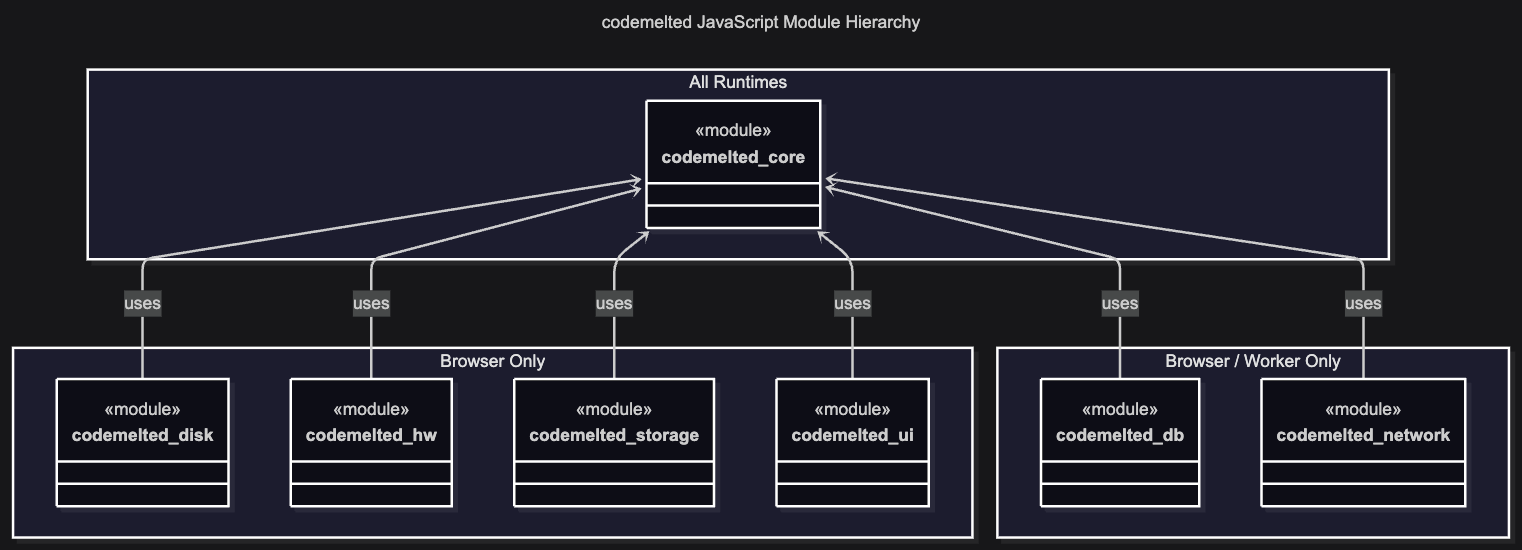
Earlier version of the Mermaid export js/models/module_hierarchy.png (CodeMelted/codemelted.rs). Its source is kept beside it as js/models/module_hierarchy.mmd. The source it was exported from:
```mermaid
---
title: codemelted JavaScript Module Hierarchy
---
classDiagram
  direction BT
  namespace all["All Runtimes"] {
    class codemelted_core {
      <<module>>
    }
  }
  namespace browser["Browser Only"] {
    class codemelted_disk {
      <<module>>
    }
    class codemelted_hw {
      <<module>>
    }
    class codemelted_storage {
      <<module>>
    }
    class codemelted_ui {
      <<module>>
    }
  }
  namespace browser_worker["Browser / Worker Only"] {
    class codemelted_db {
      <<module>>
    }
    class codemelted_network {
      <<module>>
    }
  }
  codemelted_disk --> codemelted_core: uses
  codemelted_hw --> codemelted_core: uses
  codemelted_storage --> codemelted_core: uses
  codemelted_ui --> codemelted_core: uses
  codemelted_db --> codemelted_core: uses
  codemelted_network --> codemelted_core: uses
```
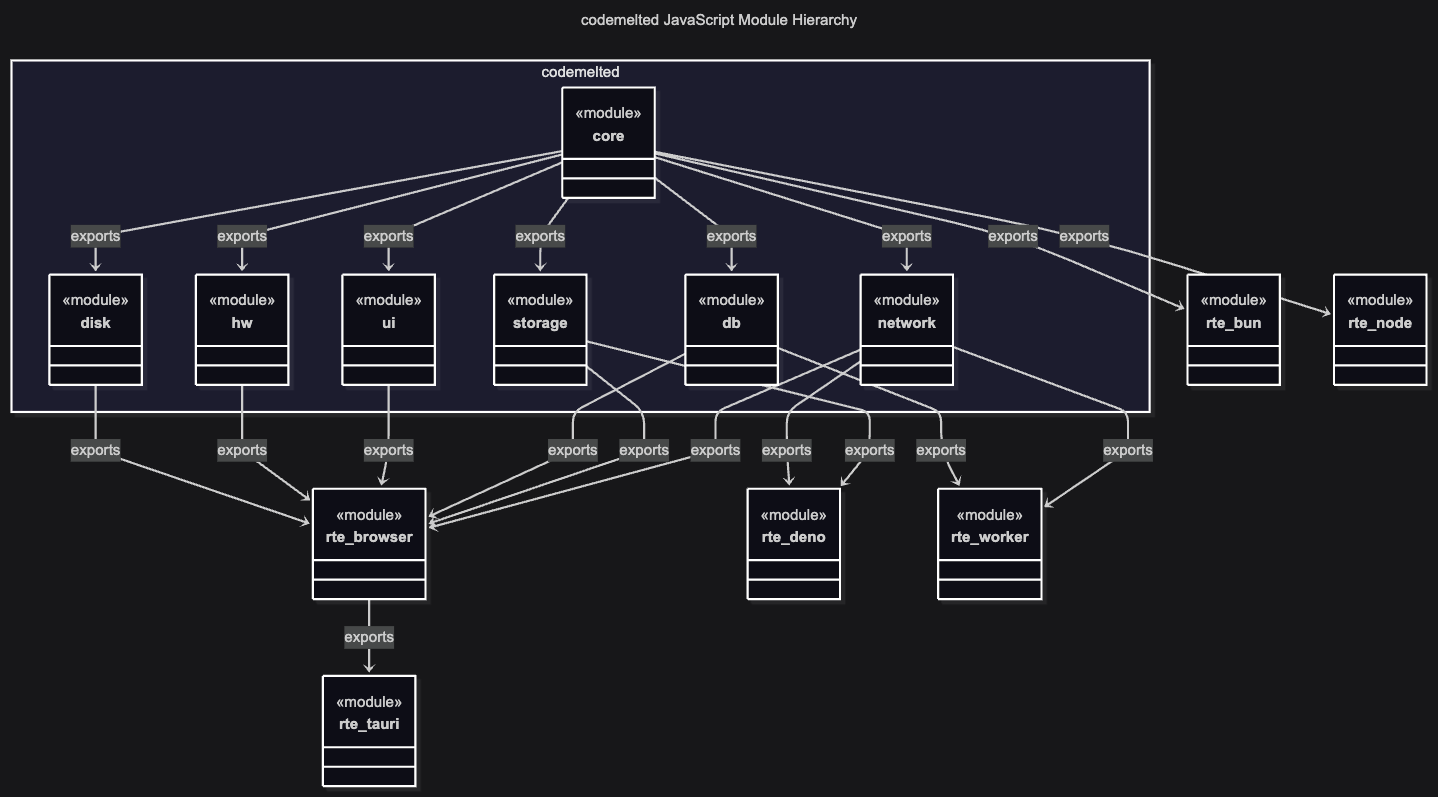
Later version of the same file.

The edit, as a diff of the source:
```diff
@@ -3,36 +3,71 @@
 ---
 classDiagram
   direction BT
-  namespace all["All Runtimes"] {
-    class codemelted_core {
+  namespace codemelted {
+    class core {
+      <<module>>
+    }
+    class disk {
+      <<module>>
+    }
+    class hw {
+      <<module>>
+    }
+    class storage {
+      <<module>>
+    }
+    class ui {
+      <<module>>
+    }
+    class db {
+      <<module>>
+    }
+    class network {
       <<module>>
     }
   }
-  namespace browser["Browser Only"] {
-    class codemelted_disk {
-      <<module>>
-    }
-    class codemelted_hw {
-      <<module>>
-    }
-    class codemelted_storage {
-      <<module>>
-    }
-    class codemelted_ui {
-      <<module>>
-    }
+
+  db <-- core
+  disk <-- core
+  hw <-- core
+  network <-- core
+  storage <-- core
+  ui <-- core
+
+  class rte_browser {
+    <<module>>
   }
-  namespace browser_worker["Browser / Worker Only"] {
-    class codemelted_db {
-      <<module>>
-    }
-    class codemelted_network {
-      <<module>>
-    }
+  class rte_bun {
+    <<module>>
   }
-  codemelted_disk --> codemelted_core: uses
-  codemelted_hw --> codemelted_core: uses
-  codemelted_storage --> codemelted_core: uses
-  codemelted_ui --> codemelted_core: uses
-  codemelted_db --> codemelted_core: uses
-  codemelted_network --> codemelted_core: uses
+  class rte_deno {
+    <<module>>
+  }
+  class rte_node {
+    <<module>>
+  }
+  class rte_tauri {
+    <<module>>
+  }
+  class rte_worker {
+    <<module>>
+  }
+
+  rte_browser <-- disk
+  rte_browser <-- hw
+  rte_browser <-- ui
+  rte_browser <-- storage
+  rte_browser <-- db
+  rte_browser <-- network
+
+  rte_tauri <-- rte_browser
+
+  rte_worker <-- db
+  rte_worker <-- network
+
+  rte_bun <-- core
+  rte_deno <-- network
+  rte_deno <-- storage
+  rte_node <-- core
+
+  note "Reflects the exports from the core module to each runtime module.\nSimply include the runtime module to gain all functionality available to\nthat runtime."
```
